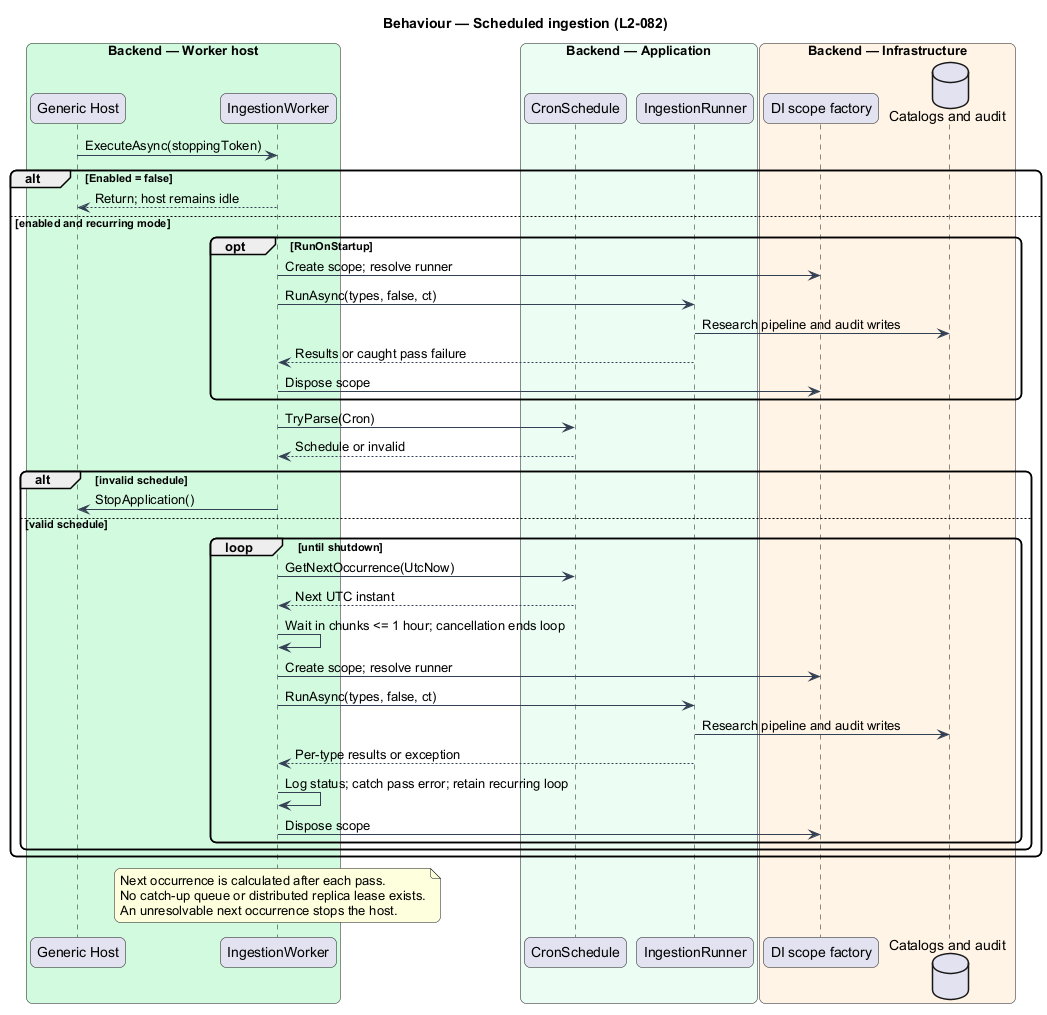
QuinntyneBrown/saturdaze keeps this PlantUML diagram as docs/detailed-designs/operations/schedule-catalog-ingestion/diagrams/sequence-scheduled-ingestion.png. Above is the earlier version. The source it was exported from:
```plantuml
@startuml
skinparam backgroundColor #FFFFFF
skinparam shadowing false
skinparam roundcorner 12
skinparam defaultFontName Arial
skinparam ArrowColor #344054

title Behaviour — Scheduled ingestion (L2-082)
box "Backend — Worker host" #D1FADF
 participant "Generic Host" as host
 participant IngestionWorker as worker
end box
box "Backend — Application" #ECFDF3
 participant CronSchedule as cron
 participant IngestionRunner as runner
end box
box "Backend — Infrastructure" #FFF4E5
 participant "DI scope factory" as scopes
 database "Catalogs and audit" as db
end box
host -> worker : ExecuteAsync(stoppingToken)
alt Enabled = false
 worker --> host : Return; host remains idle
else enabled and recurring mode
 opt RunOnStartup
 worker -> scopes : Create scope; resolve runner
 worker -> runner : RunAsync(types, false, ct)
 runner -> db : Research pipeline and audit writes
 runner --> worker : Results or caught pass failure
 worker -> scopes : Dispose scope
 end
 worker -> cron : TryParse(Cron)
 cron --> worker : Schedule or invalid
 alt invalid schedule
 worker -> host : StopApplication()
 else valid schedule
 loop until shutdown
 worker -> cron : GetNextOccurrence(UtcNow)
 cron --> worker : Next UTC instant
 worker -> worker : Wait in chunks <= 1 hour; cancellation ends loop
 worker -> scopes : Create scope; resolve runner
 worker -> runner : RunAsync(types, false, ct)
 runner -> db : Research pipeline and audit writes
 runner --> worker : Per-type results or exception
 worker -> worker : Log status; catch pass error; retain recurring loop
 worker -> scopes : Dispose scope
 end
 end
end
note over worker
Next occurrence is calculated after each pass.
No catch-up queue or distributed replica lease exists.
An unresolvable next occurrence stops the host.
end note
@enduml
```
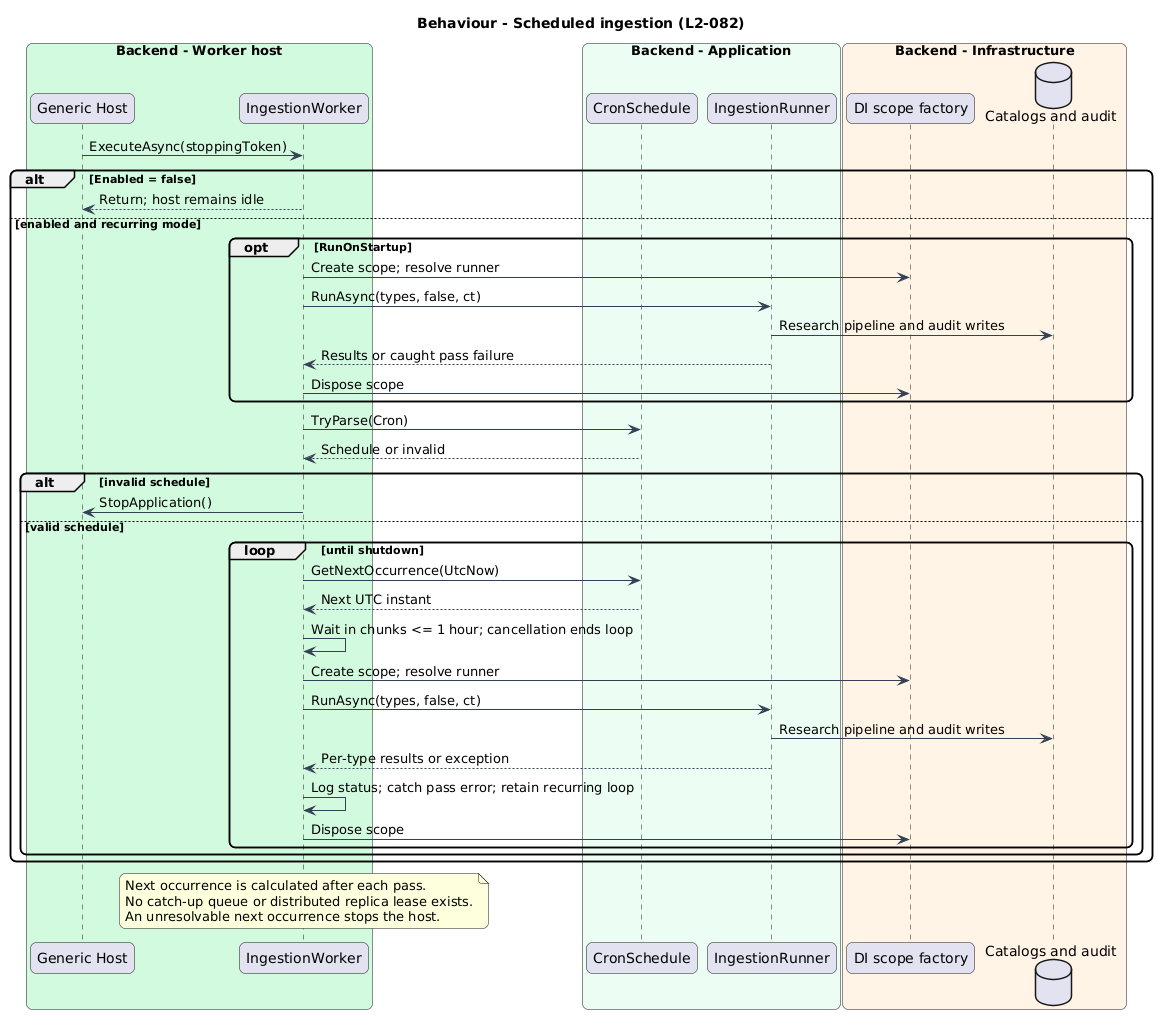
The same file after the commit.

Change to the diagram source:
```diff
@@ -5,16 +5,16 @@
 skinparam defaultFontName Arial
 skinparam ArrowColor #344054
 
-title Behaviour — Scheduled ingestion (L2-082)
-box "Backend — Worker host" #D1FADF
+title Behaviour - Scheduled ingestion (L2-082)
+box "Backend - Worker host" #D1FADF
  participant "Generic Host" as host
  participant IngestionWorker as worker
 end box
-box "Backend — Application" #ECFDF3
+box "Backend - Application" #ECFDF3
  participant CronSchedule as cron
  participant IngestionRunner as runner
 end box
-box "Backend — Infrastructure" #FFF4E5
+box "Backend - Infrastructure" #FFF4E5
  participant "DI scope factory" as scopes
  database "Catalogs and audit" as db
 end box
```
